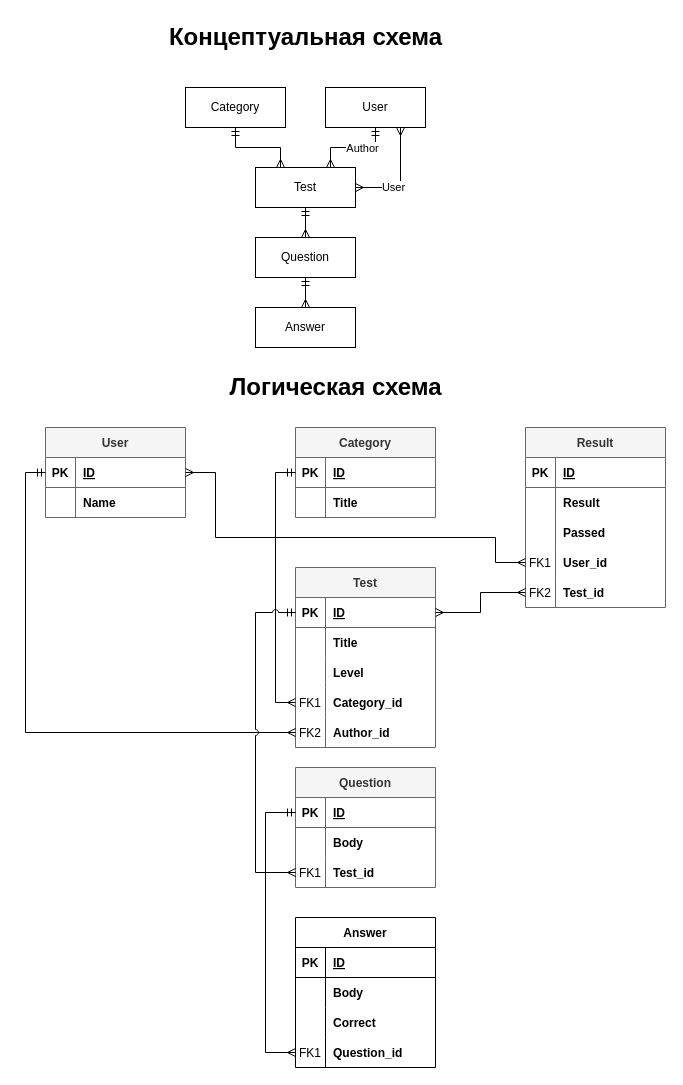
Before: scheme.drawio in slydevruby/test-wiki, a draw.io diagram. Source tidied: cells renumbered, new cells numbered last; positions are measured from the earlier drawing's top-left corner, leaving out a move shared by most shapes. Both pictures are drawn from the tidied source at 100%, with x=0, y=0 at pixel (45, 17).
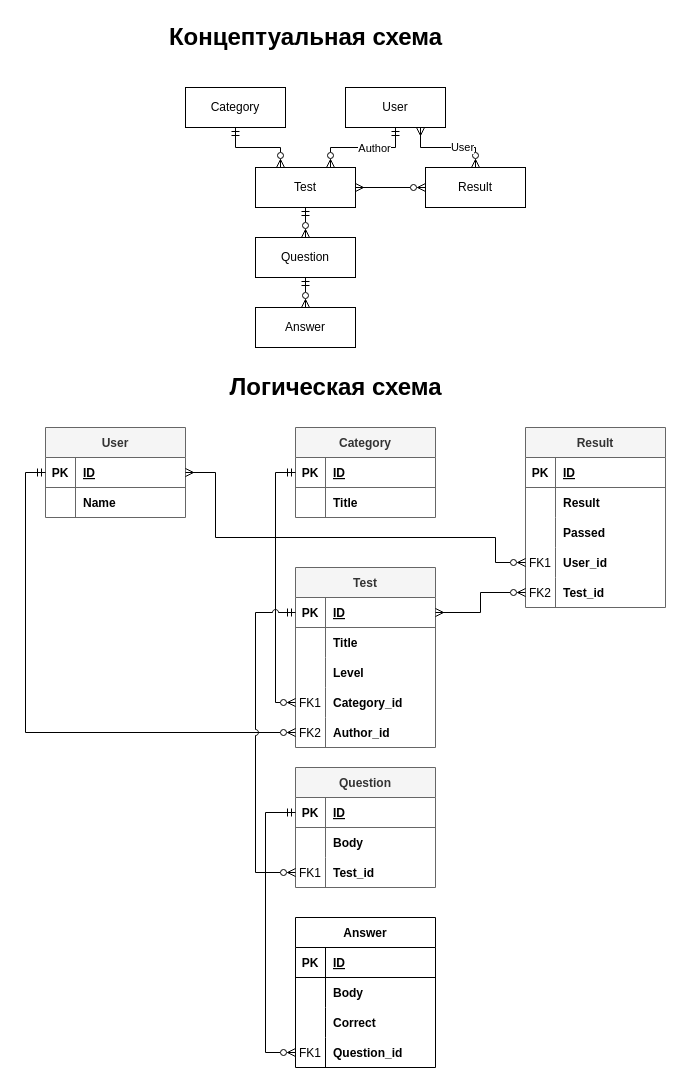
Above is the later version.

The change refers to these unchanged cells:
```xml
<mxCell id="3" value="Category" style="whiteSpace=wrap;html=1;align=center;" parent="1" vertex="1">
  <mxGeometry x="140" y="70" width="100" height="40" as="geometry" />
</mxCell>
<mxCell id="5" value="Test" style="whiteSpace=wrap;html=1;align=center;" parent="1" vertex="1">
  <mxGeometry x="210" y="150" width="100" height="40" as="geometry" />
</mxCell>
<mxCell id="12" value="Question" style="whiteSpace=wrap;html=1;align=center;" parent="1" vertex="1">
  <mxGeometry x="210" y="220" width="100" height="40" as="geometry" />
</mxCell>
<mxCell id="13" value="Answer" style="whiteSpace=wrap;html=1;align=center;" parent="1" vertex="1">
  <mxGeometry x="210" y="290" width="100" height="40" as="geometry" />
</mxCell>
<mxCell id="15" style="shape=tableRow;horizontal=0;startSize=0;swimlaneHead=0;swimlaneBody=0;fillColor=none;points=[[0,0.5],[1,0.5]];portConstraint=eastwest;strokeColor=inherit;top=0;left=0;right=0;bottom=1;" parent="14" vertex="1">
  <mxGeometry y="30" width="140" height="30" as="geometry" />
</mxCell>
<mxCell id="22" style="shape=tableRow;horizontal=0;startSize=0;swimlaneHead=0;swimlaneBody=0;fillColor=none;points=[[0,0.5],[1,0.5]];portConstraint=eastwest;strokeColor=inherit;top=0;left=0;right=0;bottom=1;" parent="21" vertex="1">
  <mxGeometry y="30" width="140" height="30" as="geometry" />
</mxCell>
<mxCell id="29" style="shape=tableRow;horizontal=0;startSize=0;swimlaneHead=0;swimlaneBody=0;fillColor=none;points=[[0,0.5],[1,0.5]];portConstraint=eastwest;strokeColor=inherit;top=0;left=0;right=0;bottom=1;" parent="28" vertex="1">
  <mxGeometry y="30" width="140" height="30" as="geometry" />
</mxCell>
<mxCell id="38" style="shape=tableRow;horizontal=0;startSize=0;swimlaneHead=0;swimlaneBody=0;fillColor=none;points=[[0,0.5],[1,0.5]];portConstraint=eastwest;strokeColor=inherit;top=0;left=0;right=0;bottom=0;" parent="28" vertex="1">
  <mxGeometry y="120" width="140" height="30" as="geometry" />
</mxCell>
<mxCell id="41" style="shape=tableRow;horizontal=0;startSize=0;swimlaneHead=0;swimlaneBody=0;fillColor=none;points=[[0,0.5],[1,0.5]];portConstraint=eastwest;strokeColor=inherit;top=0;left=0;right=0;bottom=0;" parent="28" vertex="1">
  <mxGeometry y="150" width="140" height="30" as="geometry" />
</mxCell>
<mxCell id="45" style="shape=tableRow;horizontal=0;startSize=0;swimlaneHead=0;swimlaneBody=0;fillColor=none;points=[[0,0.5],[1,0.5]];portConstraint=eastwest;strokeColor=inherit;top=0;left=0;right=0;bottom=1;" parent="44" vertex="1">
  <mxGeometry y="30" width="140" height="30" as="geometry" />
</mxCell>
<mxCell id="51" style="shape=tableRow;horizontal=0;startSize=0;swimlaneHead=0;swimlaneBody=0;fillColor=none;points=[[0,0.5],[1,0.5]];portConstraint=eastwest;strokeColor=inherit;top=0;left=0;right=0;bottom=0;" parent="44" vertex="1">
  <mxGeometry y="90" width="140" height="30" as="geometry" />
</mxCell>
<mxCell id="64" style="shape=tableRow;horizontal=0;startSize=0;swimlaneHead=0;swimlaneBody=0;fillColor=none;points=[[0,0.5],[1,0.5]];portConstraint=eastwest;strokeColor=inherit;top=0;left=0;right=0;bottom=0;" parent="54" vertex="1">
  <mxGeometry y="120" width="140" height="30" as="geometry" />
</mxCell>
<mxCell id="77" style="shape=tableRow;horizontal=0;startSize=0;swimlaneHead=0;swimlaneBody=0;fillColor=none;points=[[0,0.5],[1,0.5]];portConstraint=eastwest;strokeColor=inherit;top=0;left=0;right=0;bottom=0;" parent="67" vertex="1">
  <mxGeometry y="120" width="140" height="30" as="geometry" />
</mxCell>
<mxCell id="80" style="shape=tableRow;horizontal=0;startSize=0;swimlaneHead=0;swimlaneBody=0;fillColor=none;points=[[0,0.5],[1,0.5]];portConstraint=eastwest;strokeColor=inherit;top=0;left=0;right=0;bottom=0;" parent="67" vertex="1">
  <mxGeometry y="150" width="140" height="30" as="geometry" />
</mxCell>
```

The edit, as a diff of the source:
```diff
@@
-    <mxCell id="2" style="edgeStyle=orthogonalEdgeStyle;rounded=0;jettySize=auto;html=1;entryX=0.25;entryY=0;entryDx=0;entryDy=0;startArrow=ERmandOne;startFill=0;endArrow=ERmany;endFill=0;" parent="1" edge="1" source="3" target="5">
+    <mxCell id="2" style="edgeStyle=orthogonalEdgeStyle;rounded=0;jettySize=auto;html=1;entryX=0.25;entryY=0;entryDx=0;entryDy=0;startArrow=ERmandOne;startFill=0;endArrow=ERzeroToMany;endFill=0;" parent="1" edge="1" source="3" target="5">
       <mxGeometry relative="1" as="geometry" />
     </mxCell>
@@
-    <mxCell id="4" style="edgeStyle=orthogonalEdgeStyle;rounded=0;jettySize=auto;html=1;exitX=0.5;exitY=1;exitDx=0;exitDy=0;entryX=0.5;entryY=0;entryDx=0;entryDy=0;startArrow=ERmandOne;startFill=0;endArrow=ERmany;endFill=0;" parent="1" edge="1" source="5" target="12">
+    <mxCell id="4" style="edgeStyle=orthogonalEdgeStyle;rounded=0;jettySize=auto;html=1;exitX=0.5;exitY=1;exitDx=0;exitDy=0;entryX=0.5;entryY=0;entryDx=0;entryDy=0;startArrow=ERmandOne;startFill=0;endArrow=ERzeroToMany;endFill=0;" parent="1" edge="1" source="5" target="12">
       <mxGeometry relative="1" as="geometry" />
     </mxCell>
@@
-    <mxCell id="6" style="edgeStyle=orthogonalEdgeStyle;rounded=0;jettySize=auto;html=1;entryX=0.75;entryY=0;entryDx=0;entryDy=0;startArrow=ERmandOne;startFill=0;endArrow=ERmany;endFill=0;" parent="1" edge="1" source="10" target="5">
+    <mxCell id="6" style="edgeStyle=orthogonalEdgeStyle;rounded=0;jettySize=auto;html=1;entryX=0.75;entryY=0;entryDx=0;entryDy=0;startArrow=ERmandOne;startFill=0;endArrow=ERzeroToMany;endFill=0;" parent="1" edge="1" source="10" target="5">
       <mxGeometry relative="1" as="geometry" />
     </mxCell>
@@
-    <mxCell id="8" style="edgeStyle=orthogonalEdgeStyle;rounded=0;jettySize=auto;html=1;exitX=0.75;exitY=1;exitDx=0;exitDy=0;entryX=1;entryY=0.5;entryDx=0;entryDy=0;startArrow=ERmany;startFill=0;endArrow=ERmany;endFill=0;" parent="1" edge="1" source="10" target="5">
+    <mxCell id="8" style="edgeStyle=orthogonalEdgeStyle;rounded=0;jettySize=auto;html=1;exitX=0.75;exitY=1;exitDx=0;exitDy=0;entryX=0.5;entryY=0;entryDx=0;entryDy=0;startArrow=ERmany;startFill=0;endArrow=ERzeroToMany;endFill=0;" parent="1" edge="1" source="10" target="92">
       <mxGeometry relative="1" as="geometry" />
     </mxCell>
@@
     <mxCell id="10" value="User" style="whiteSpace=wrap;html=1;align=center;" parent="1" vertex="1">
-      <mxGeometry x="280" y="70" width="100" height="40" as="geometry" />
+      <mxGeometry x="300" y="70" width="100" height="40" as="geometry" />
     </mxCell>
-    <mxCell id="11" style="edgeStyle=orthogonalEdgeStyle;rounded=0;jettySize=auto;html=1;exitX=0.5;exitY=1;exitDx=0;exitDy=0;entryX=0.5;entryY=0;entryDx=0;entryDy=0;startArrow=ERmandOne;startFill=0;endArrow=ERmany;endFill=0;" parent="1" edge="1" source="12" target="13">
+    <mxCell id="11" style="edgeStyle=orthogonalEdgeStyle;rounded=0;jettySize=auto;html=1;exitX=0.5;exitY=1;exitDx=0;exitDy=0;entryX=0.5;entryY=0;entryDx=0;entryDy=0;startArrow=ERmandOne;startFill=0;endArrow=ERzeroToMany;endFill=0;" parent="1" edge="1" source="12" target="13">
       <mxGeometry relative="1" as="geometry" />
     </mxCell>
@@
-    <mxCell id="83" style="edgeStyle=orthogonalEdgeStyle;rounded=0;jettySize=auto;html=1;exitX=0;exitY=0.5;exitDx=0;exitDy=0;entryX=0;entryY=0.5;entryDx=0;entryDy=0;startArrow=ERmandOne;startFill=0;endArrow=ERmany;endFill=0;" parent="1" edge="1" source="15" target="38">
+    <mxCell id="83" style="edgeStyle=orthogonalEdgeStyle;rounded=0;jettySize=auto;html=1;exitX=0;exitY=0.5;exitDx=0;exitDy=0;entryX=0;entryY=0.5;entryDx=0;entryDy=0;startArrow=ERmandOne;startFill=0;endArrow=ERzeroToMany;endFill=0;" parent="1" edge="1" source="15" target="38">
       <mxGeometry relative="1" as="geometry" />
     </mxCell>
-    <mxCell id="84" style="edgeStyle=orthogonalEdgeStyle;rounded=0;jettySize=auto;html=1;exitX=0;exitY=0.5;exitDx=0;exitDy=0;entryX=0;entryY=0.5;entryDx=0;entryDy=0;startArrow=ERmandOne;startFill=0;endArrow=ERmany;endFill=0;" parent="1" edge="1" source="22" target="41">
+    <mxCell id="84" style="edgeStyle=orthogonalEdgeStyle;rounded=0;jettySize=auto;html=1;exitX=0;exitY=0.5;exitDx=0;exitDy=0;entryX=0;entryY=0.5;entryDx=0;entryDy=0;startArrow=ERmandOne;startFill=0;endArrow=ERzeroToMany;endFill=0;" parent="1" edge="1" source="22" target="41">
       <mxGeometry relative="1" as="geometry" />
     </mxCell>
-    <mxCell id="85" style="edgeStyle=orthogonalEdgeStyle;rounded=0;jettySize=auto;html=1;exitX=0;exitY=0.5;exitDx=0;exitDy=0;entryX=0;entryY=0.5;entryDx=0;entryDy=0;startArrow=ERmandOne;startFill=0;endArrow=ERmany;endFill=0;jumpStyle=arc;" parent="1" edge="1" source="29" target="51">
+    <mxCell id="85" style="edgeStyle=orthogonalEdgeStyle;rounded=0;jettySize=auto;html=1;exitX=0;exitY=0.5;exitDx=0;exitDy=0;entryX=0;entryY=0.5;entryDx=0;entryDy=0;startArrow=ERmandOne;startFill=0;endArrow=ERzeroToMany;endFill=0;jumpStyle=arc;" parent="1" edge="1" source="29" target="51">
       <mxGeometry relative="1" as="geometry">
         <Array as="points">
           <mxPoint x="210" y="595" />
           <mxPoint x="210" y="855" />
         </Array>
       </mxGeometry>
     </mxCell>
-    <mxCell id="86" style="edgeStyle=orthogonalEdgeStyle;rounded=0;jettySize=auto;html=1;exitX=0;exitY=0.5;exitDx=0;exitDy=0;entryX=0;entryY=0.5;entryDx=0;entryDy=0;startArrow=ERmandOne;startFill=0;endArrow=ERmany;endFill=0;" parent="1" edge="1" source="45" target="64">
+    <mxCell id="86" style="edgeStyle=orthogonalEdgeStyle;rounded=0;jettySize=auto;html=1;exitX=0;exitY=0.5;exitDx=0;exitDy=0;entryX=0;entryY=0.5;entryDx=0;entryDy=0;startArrow=ERmandOne;startFill=0;endArrow=ERzeroToMany;endFill=0;" parent="1" edge="1" source="45" target="64">
       <mxGeometry relative="1" as="geometry">
         <Array as="points">
           <mxPoint x="220" y="795" />
           <mxPoint x="220" y="1035" />
         </Array>
       </mxGeometry>
     </mxCell>
-    <mxCell id="87" style="edgeStyle=orthogonalEdgeStyle;rounded=0;jettySize=auto;html=1;exitX=1;exitY=0.5;exitDx=0;exitDy=0;startArrow=ERmany;startFill=0;endArrow=ERmany;endFill=0;entryX=0;entryY=0.5;entryDx=0;entryDy=0;" parent="1" edge="1" source="22" target="77">
+    <mxCell id="87" style="edgeStyle=orthogonalEdgeStyle;rounded=0;jettySize=auto;html=1;exitX=1;exitY=0.5;exitDx=0;exitDy=0;startArrow=ERmany;startFill=0;endArrow=ERzeroToMany;endFill=0;entryX=0;entryY=0.5;entryDx=0;entryDy=0;" parent="1" edge="1" source="22" target="77">
       <mxGeometry relative="1" as="geometry">
         <Array as="points">
           <mxPoint x="170" y="455" />
           <mxPoint x="170" y="520" />
           <mxPoint x="450" y="520" />
           <mxPoint x="450" y="545" />
         </Array>
       </mxGeometry>
     </mxCell>
-    <mxCell id="88" style="edgeStyle=orthogonalEdgeStyle;rounded=0;jettySize=auto;html=1;exitX=0;exitY=0.5;exitDx=0;exitDy=0;entryX=1;entryY=0.5;entryDx=0;entryDy=0;startArrow=ERmany;startFill=0;endArrow=ERmany;endFill=0;" parent="1" edge="1" source="80" target="29">
+    <mxCell id="88" style="edgeStyle=orthogonalEdgeStyle;rounded=0;jettySize=auto;html=1;exitX=0;exitY=0.5;exitDx=0;exitDy=0;entryX=1;entryY=0.5;entryDx=0;entryDy=0;startArrow=ERzeroToMany;startFill=0;endArrow=ERmany;endFill=0;" parent="1" edge="1" source="80" target="29">
       <mxGeometry relative="1" as="geometry" />
     </mxCell>
@@
+    <mxCell id="91" style="edgeStyle=orthogonalEdgeStyle;rounded=0;jettySize=auto;html=1;entryX=1;entryY=0.5;entryDx=0;entryDy=0;startArrow=ERzeroToMany;startFill=0;endArrow=ERmany;endFill=0;" parent="1" edge="1" source="92" target="5">
+      <mxGeometry relative="1" as="geometry" />
+    </mxCell>
+    <mxCell id="92" value="Result" style="whiteSpace=wrap;html=1;align=center;" parent="1" vertex="1">
+      <mxGeometry x="380" y="150" width="100" height="40" as="geometry" />
+    </mxCell>
```
